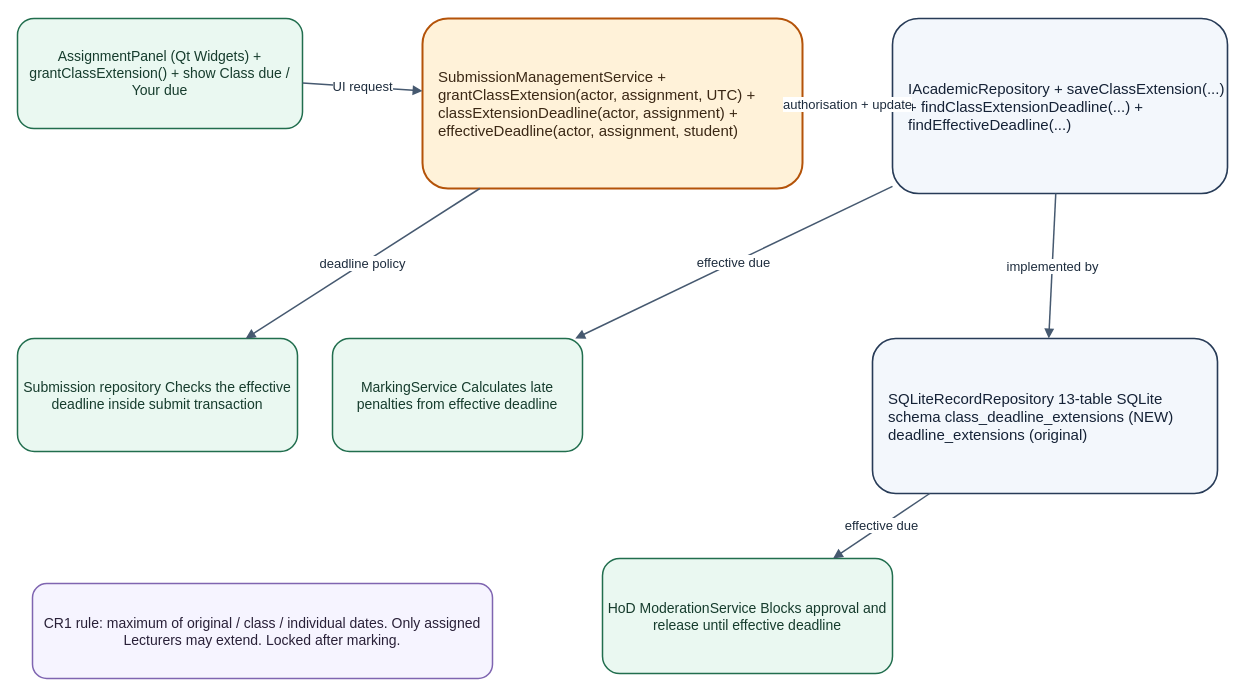
The draw.io diagram docs/phase-8-maintenance/diagrams/CR1_SERVICE_CLASS_DELTA_v1_1.drawio in Katleho-Ernest-Borotho/CS4433-Moderated-LMS, before the edit. Source tidied: cells renumbered, new cells numbered last; positions are measured from the earlier drawing's top-left corner, leaving out a move shared by most shapes. Both pictures are drawn from the tidied source at 100%, with x=0, y=0 at pixel (17, 18).
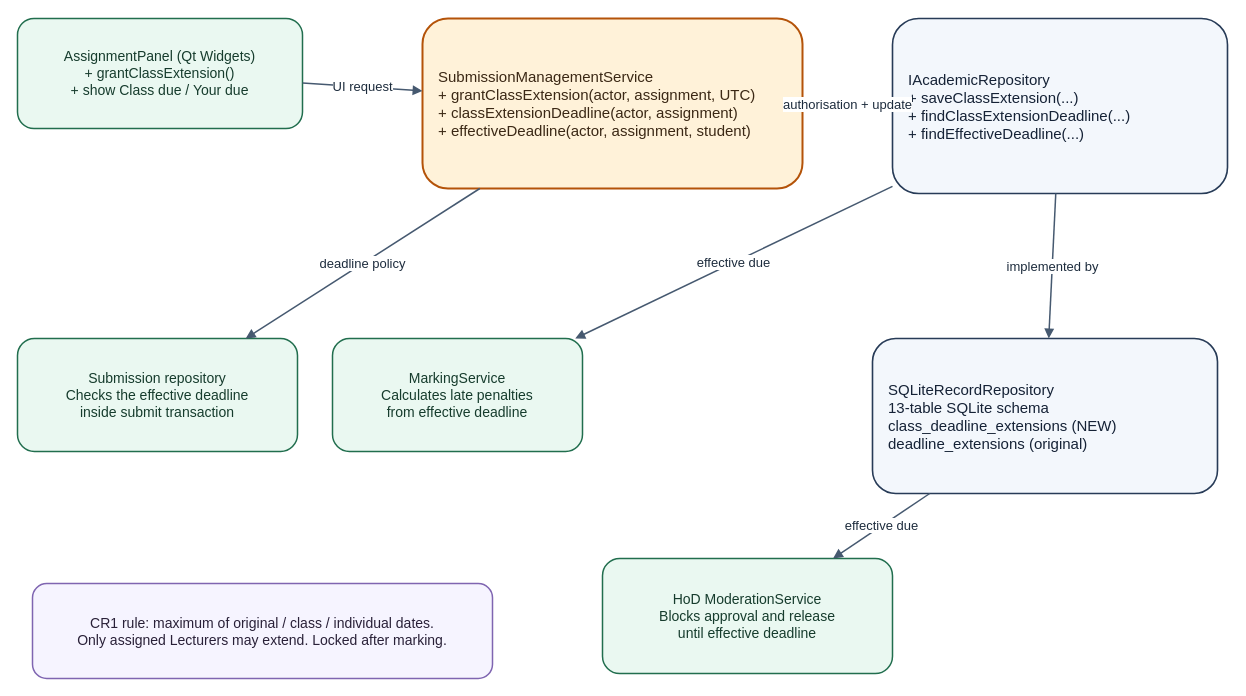
The same page after the edit.

Commit message:
design(cr1): render editable node labels with visible multiline text

What changed in the source:
```diff
@@
 <mxGraphModel background="#FFFFFF">
   <root>
     <mxCell id="0" />
     <mxCell id="1" parent="0" />
-    <mxCell id="2" value="AssignmentPanel (Qt Widgets)&amp;#10;+ grantClassExtension()&amp;#10;+ show Class due / Your due" style="rounded=1;whiteSpace=wrap;html=1;fillColor=#EAF8F1;strokeColor=#216E4E;fontColor=#163C2D;strokeWidth=1.5;align=center;verticalAlign=middle;fontSize=14;" parent="1" vertex="1">
+    <mxCell id="2" value="AssignmentPanel (Qt Widgets)&lt;br&gt;+ grantClassExtension()&lt;br&gt;+ show Class due / Your due" style="rounded=1;whiteSpace=wrap;html=1;fillColor=#EAF8F1;strokeColor=#216E4E;fontColor=#163C2D;strokeWidth=1.5;align=center;verticalAlign=middle;fontSize=14;" parent="1" vertex="1">
       <mxGeometry width="285" height="110" as="geometry" />
     </mxCell>
-    <mxCell id="3" value="SubmissionManagementService&amp;#10;+ grantClassExtension(actor, assignment, UTC)&amp;#10;+ classExtensionDeadline(actor, assignment)&amp;#10;+ effectiveDeadline(actor, assignment, student)" style="rounded=1;whiteSpace=wrap;html=1;fillColor=#FFF2D9;strokeColor=#B45309;fontColor=#3B2815;strokeWidth=2;align=left;spacingLeft=14;verticalAlign=middle;fontSize=15;" parent="1" vertex="1">
+    <mxCell id="3" value="SubmissionManagementService&lt;br&gt;+ grantClassExtension(actor, assignment, UTC)&lt;br&gt;+ classExtensionDeadline(actor, assignment)&lt;br&gt;+ effectiveDeadline(actor, assignment, student)" style="rounded=1;whiteSpace=wrap;html=1;fillColor=#FFF2D9;strokeColor=#B45309;fontColor=#3B2815;strokeWidth=2;align=left;spacingLeft=14;verticalAlign=middle;fontSize=15;" parent="1" vertex="1">
       <mxGeometry x="405" width="380" height="170" as="geometry" />
     </mxCell>
-    <mxCell id="4" value="IAcademicRepository&amp;#10;+ saveClassExtension(...)&amp;#10;+ findClassExtensionDeadline(...)&amp;#10;+ findEffectiveDeadline(...)" style="rounded=1;whiteSpace=wrap;html=1;fillColor=#F3F7FC;strokeColor=#273B57;fontColor=#152236;strokeWidth=1.6;align=left;spacingLeft=14;verticalAlign=middle;fontSize=15;" parent="1" vertex="1">
+    <mxCell id="4" value="IAcademicRepository&lt;br&gt;+ saveClassExtension(...)&lt;br&gt;+ findClassExtensionDeadline(...)&lt;br&gt;+ findEffectiveDeadline(...)" style="rounded=1;whiteSpace=wrap;html=1;fillColor=#F3F7FC;strokeColor=#273B57;fontColor=#152236;strokeWidth=1.6;align=left;spacingLeft=14;verticalAlign=middle;fontSize=15;" parent="1" vertex="1">
       <mxGeometry x="875" width="335" height="175" as="geometry" />
     </mxCell>
-    <mxCell id="5" value="SQLiteRecordRepository&amp;#10;13-table SQLite schema&amp;#10;class_deadline_extensions (NEW)&amp;#10;deadline_extensions (original)" style="rounded=1;whiteSpace=wrap;html=1;fillColor=#F3F7FC;strokeColor=#273B57;fontColor=#152236;strokeWidth=1.6;align=left;spacingLeft=14;verticalAlign=middle;fontSize=15;" parent="1" vertex="1">
+    <mxCell id="5" value="SQLiteRecordRepository&lt;br&gt;13-table SQLite schema&lt;br&gt;class_deadline_extensions (NEW)&lt;br&gt;deadline_extensions (original)" style="rounded=1;whiteSpace=wrap;html=1;fillColor=#F3F7FC;strokeColor=#273B57;fontColor=#152236;strokeWidth=1.6;align=left;spacingLeft=14;verticalAlign=middle;fontSize=15;" parent="1" vertex="1">
       <mxGeometry x="855" y="320" width="345" height="155" as="geometry" />
     </mxCell>
-    <mxCell id="6" value="Submission repository&amp;#10;Checks the effective deadline&amp;#10;inside submit transaction" style="rounded=1;whiteSpace=wrap;html=1;fillColor=#EAF8F1;strokeColor=#216E4E;fontColor=#163C2D;strokeWidth=1.5;align=center;verticalAlign=middle;fontSize=14;" parent="1" vertex="1">
+    <mxCell id="6" value="Submission repository&lt;br&gt;Checks the effective deadline&lt;br&gt;inside submit transaction" style="rounded=1;whiteSpace=wrap;html=1;fillColor=#EAF8F1;strokeColor=#216E4E;fontColor=#163C2D;strokeWidth=1.5;align=center;verticalAlign=middle;fontSize=14;" parent="1" vertex="1">
       <mxGeometry y="320" width="280" height="113" as="geometry" />
     </mxCell>
-    <mxCell id="7" value="MarkingService&amp;#10;Calculates late penalties&amp;#10;from effective deadline" style="rounded=1;whiteSpace=wrap;html=1;fillColor=#EAF8F1;strokeColor=#216E4E;fontColor=#163C2D;strokeWidth=1.5;align=center;verticalAlign=middle;fontSize=14;" parent="1" vertex="1">
+    <mxCell id="7" value="MarkingService&lt;br&gt;Calculates late penalties&lt;br&gt;from effective deadline" style="rounded=1;whiteSpace=wrap;html=1;fillColor=#EAF8F1;strokeColor=#216E4E;fontColor=#163C2D;strokeWidth=1.5;align=center;verticalAlign=middle;fontSize=14;" parent="1" vertex="1">
       <mxGeometry x="315" y="320" width="250" height="113" as="geometry" />
     </mxCell>
-    <mxCell id="8" value="HoD ModerationService&amp;#10;Blocks approval and release&amp;#10;until effective deadline" style="rounded=1;whiteSpace=wrap;html=1;fillColor=#EAF8F1;strokeColor=#216E4E;fontColor=#163C2D;strokeWidth=1.5;align=center;verticalAlign=middle;fontSize=14;" parent="1" vertex="1">
+    <mxCell id="8" value="HoD ModerationService&lt;br&gt;Blocks approval and release&lt;br&gt;until effective deadline" style="rounded=1;whiteSpace=wrap;html=1;fillColor=#EAF8F1;strokeColor=#216E4E;fontColor=#163C2D;strokeWidth=1.5;align=center;verticalAlign=middle;fontSize=14;" parent="1" vertex="1">
       <mxGeometry x="585" y="540" width="290" height="115" as="geometry" />
     </mxCell>
-    <mxCell id="9" value="CR1 rule: maximum of original / class / individual dates.&amp;#10;Only assigned Lecturers may extend. Locked after marking." style="rounded=1;whiteSpace=wrap;html=1;fillColor=#F6F4FF;strokeColor=#7F65B1;fontColor=#292038;strokeWidth=1.5;align=center;verticalAlign=middle;fontSize=14;" parent="1" vertex="1">
+    <mxCell id="9" value="CR1 rule: maximum of original / class / individual dates.&lt;br&gt;Only assigned Lecturers may extend. Locked after marking." style="rounded=1;whiteSpace=wrap;html=1;fillColor=#F6F4FF;strokeColor=#7F65B1;fontColor=#292038;strokeWidth=1.5;align=center;verticalAlign=middle;fontSize=14;" parent="1" vertex="1">
       <mxGeometry x="15" y="565" width="460" height="95" as="geometry" />
     </mxCell>
     <mxCell id="10" value="UI request" style="endArrow=block;html=1;rounded=0;strokeWidth=1.5;strokeColor=#465970;fontColor=#1D2C3D;fontSize=13;labelBackgroundColor=#FFFFFF;" parent="1" edge="1" source="2" target="3">
       <mxGeometry relative="1" as="geometry" />
     </mxCell>
     <mxCell id="11" value="authorisation + update" style="endArrow=block;html=1;rounded=0;strokeWidth=1.5;strokeColor=#465970;fontColor=#1D2C3D;fontSize=13;labelBackgroundColor=#FFFFFF;" parent="1" edge="1" source="3" target="4">
       <mxGeometry relative="1" as="geometry" />
     </mxCell>
     <mxCell id="12" value="implemented by" style="endArrow=block;html=1;rounded=0;strokeWidth=1.5;strokeColor=#465970;fontColor=#1D2C3D;fontSize=13;labelBackgroundColor=#FFFFFF;" parent="1" edge="1" source="4" target="5">
       <mxGeometry relative="1" as="geometry" />
     </mxCell>
     <mxCell id="13" value="deadline policy" style="endArrow=block;html=1;rounded=0;strokeWidth=1.5;strokeColor=#465970;fontColor=#1D2C3D;fontSize=13;labelBackgroundColor=#FFFFFF;" parent="1" edge="1" source="3" target="6">
       <mxGeometry relative="1" as="geometry" />
     </mxCell>
     <mxCell id="14" value="effective due" style="endArrow=block;html=1;rounded=0;strokeWidth=1.5;strokeColor=#465970;fontColor=#1D2C3D;fontSize=13;labelBackgroundColor=#FFFFFF;" parent="1" edge="1" source="4" target="7">
       <mxGeometry relative="1" as="geometry" />
     </mxCell>
     <mxCell id="15" value="effective due" style="endArrow=block;html=1;rounded=0;strokeWidth=1.5;strokeColor=#465970;fontColor=#1D2C3D;fontSize=13;labelBackgroundColor=#FFFFFF;" parent="1" edge="1" source="5" target="8">
       <mxGeometry relative="1" as="geometry" />
     </mxCell>
   </root>
 </mxGraphModel>
```
